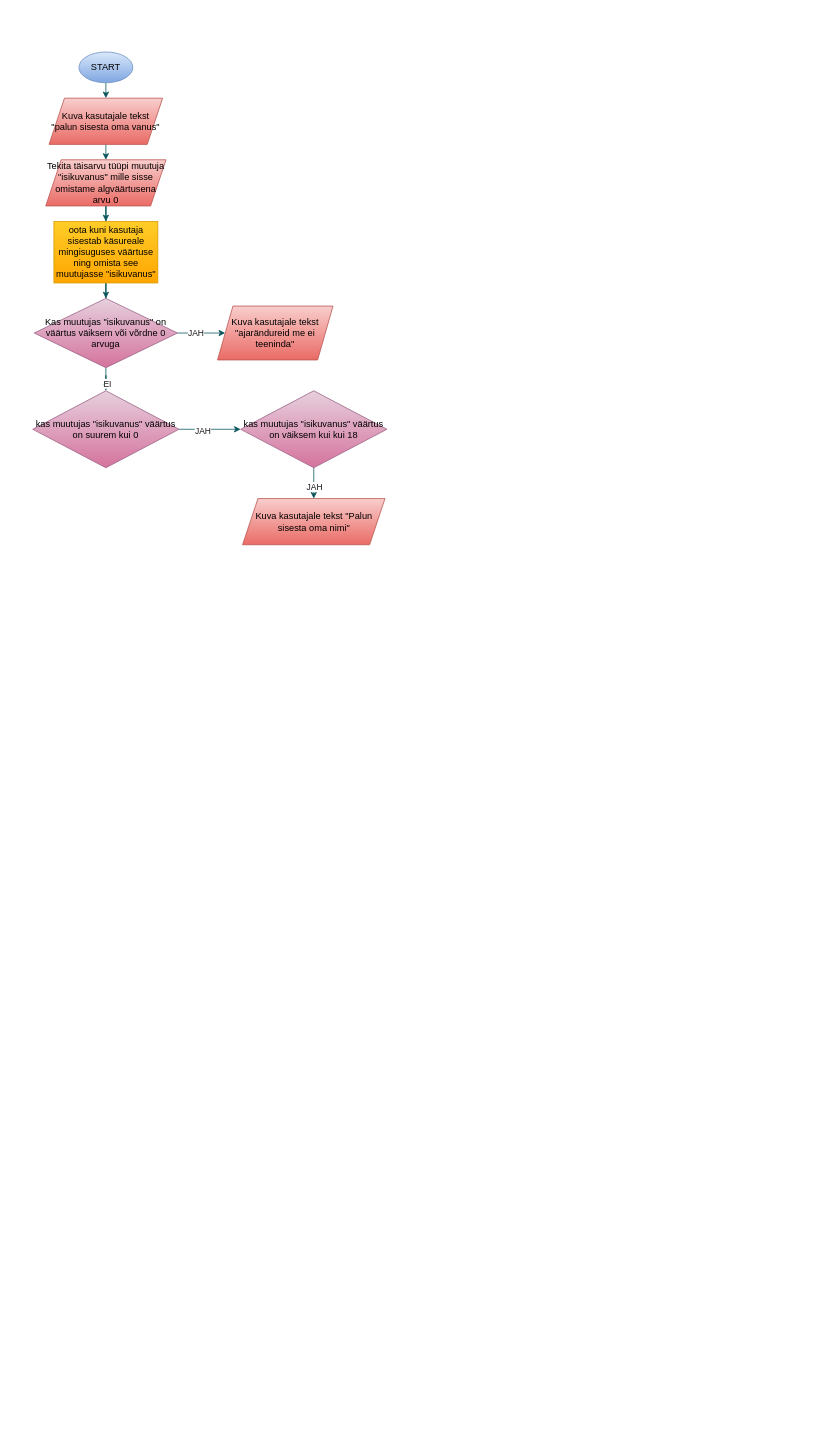
The draw.io diagram esimeneprojekt/poolik voosekeem naidis6.drawio in peskybirb/Konspekt_EP_Kristo_Ruus_LOGITge25, before the edit. Source tidied: cells renumbered, new cells numbered last; positions are measured from the earlier drawing's top-left corner, leaving out a move shared by most shapes. Both pictures are drawn from the tidied source at 77%, with x=0, y=0 at pixel (32, 52).
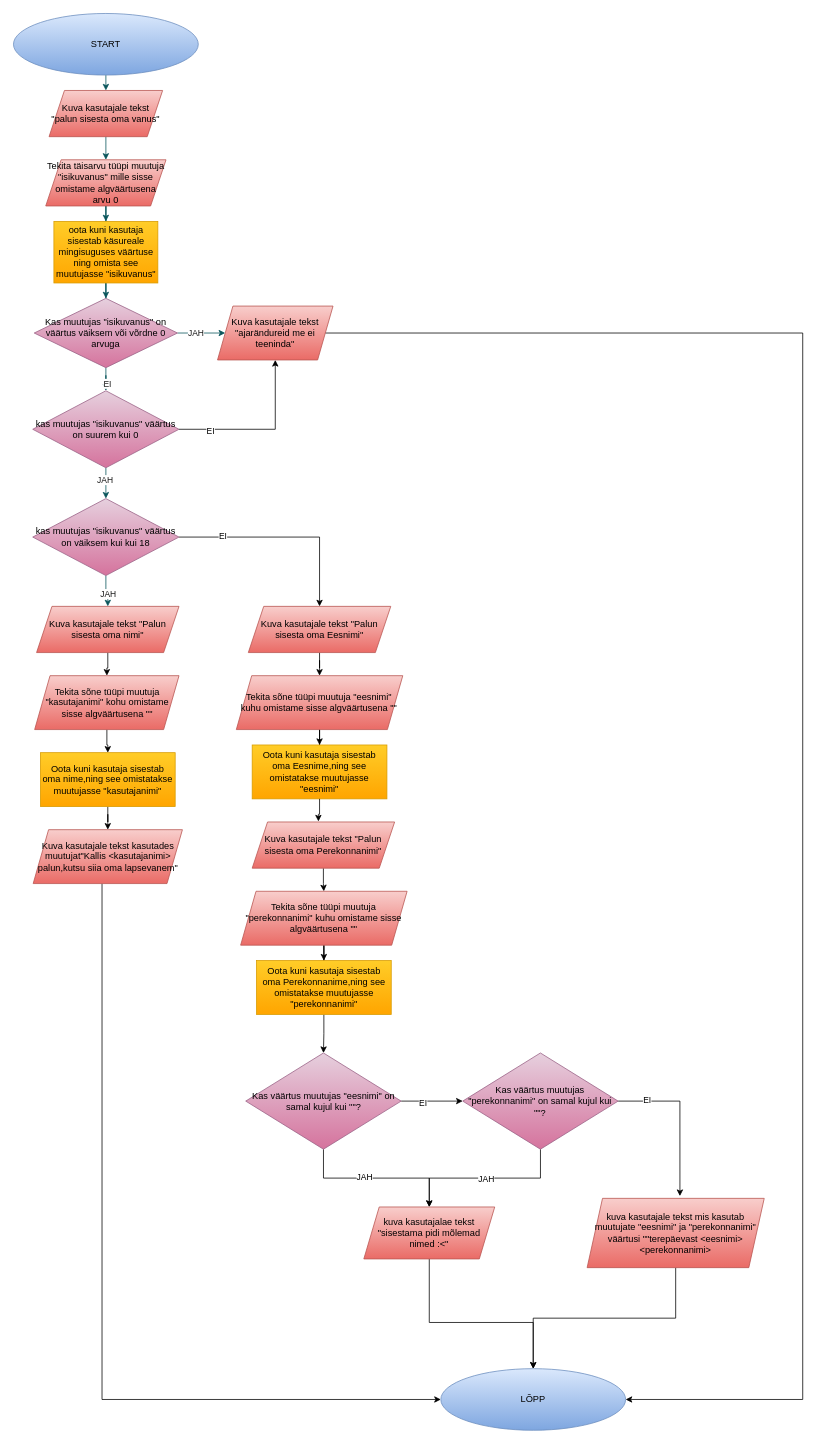
The same page after the edit.

Unchanged cells that the change refers to:
```xml
<mxCell id="15" value="Kuva kasutajale tekst &quot;ajarändureid me ei teeninda&quot;" style="shape=parallelogram;perimeter=parallelogramPerimeter;whiteSpace=wrap;html=1;fixedSize=1;fillColor=#f8cecc;strokeColor=#b85450;labelBackgroundColor=none;gradientColor=#ea6b66;" parent="1" vertex="1">
  <mxGeometry x="240" y="330" width="150" height="70" as="geometry" />
</mxCell>
<mxCell id="18" value="kas muutujas &quot;isikuvanus&quot; väärtus on suurem kui 0" style="rhombus;whiteSpace=wrap;html=1;strokeColor=#996185;fillColor=#e6d0de;gradientColor=#d5739d;" parent="1" vertex="1">
  <mxGeometry y="440" width="190" height="100" as="geometry" />
</mxCell>
```

What changed in the source:
```diff
@@
     <mxCell id="3" value="START" style="ellipse;whiteSpace=wrap;html=1;labelBackgroundColor=none;fillColor=#dae8fc;strokeColor=#6c8ebf;gradientColor=#7ea6e0;" parent="1" vertex="1">
-      <mxGeometry x="60" width="70" height="40" as="geometry" />
+      <mxGeometry x="-25" y="-50" width="240" height="80" as="geometry" />
     </mxCell>
@@
     <mxCell id="5" value="Kuva kasutajale tekst &quot;palun sisesta oma vanus&quot;" style="shape=parallelogram;perimeter=parallelogramPerimeter;whiteSpace=wrap;html=1;fixedSize=1;labelBackgroundColor=none;fillColor=#f8cecc;strokeColor=#b85450;gradientColor=#ea6b66;" parent="1" vertex="1">
-      <mxGeometry x="21.2" y="60" width="147.5" height="60" as="geometry" />
+      <mxGeometry x="21.2" y="50" width="147.5" height="60" as="geometry" />
     </mxCell>
@@
+    <mxCell id="23" style="edgeStyle=orthogonalEdgeStyle;rounded=0;jettySize=auto;html=1;entryX=1;entryY=0.5;entryDx=0;entryDy=0;" parent="1" edge="1" source="15" target="58">
+      <mxGeometry relative="1" as="geometry">
+        <Array as="points">
+          <mxPoint x="1000" y="365" />
+          <mxPoint x="1000" y="1750" />
+        </Array>
+      </mxGeometry>
+    </mxCell>
@@
+    <mxCell id="24" style="edgeStyle=orthogonalEdgeStyle;rounded=0;jettySize=auto;html=1;entryX=0.5;entryY=0;entryDx=0;entryDy=0;" parent="1" edge="1" source="21" target="34">
+      <mxGeometry relative="1" as="geometry" />
+    </mxCell>
+    <mxCell id="25" value="EI" style="edgeLabel;html=1;align=center;verticalAlign=middle;" parent="24" vertex="1">
+      <mxGeometry x="-0.59" y="2" relative="1" as="geometry" />
+    </mxCell>
     <mxCell id="21" value="kas muutujas &quot;isikuvanus&quot; väärtus on väiksem kui kui 18" style="rhombus;whiteSpace=wrap;html=1;strokeColor=#996185;fillColor=#e6d0de;gradientColor=#d5739d;" parent="1" vertex="1">
-      <mxGeometry x="270" y="440" width="190" height="100" as="geometry" />
+      <mxGeometry y="580" width="190" height="100" as="geometry" />
     </mxCell>
+    <mxCell id="26" style="edgeStyle=orthogonalEdgeStyle;rounded=0;jettySize=auto;html=1;" parent="1" edge="1" source="22" target="28">
+      <mxGeometry relative="1" as="geometry" />
+    </mxCell>
     <mxCell id="22" value="Kuva kasutajale tekst &quot;Palun sisesta oma nimi&quot;" style="shape=parallelogram;perimeter=parallelogramPerimeter;whiteSpace=wrap;html=1;fixedSize=1;fillColor=#f8cecc;strokeColor=#b85450;gradientColor=#ea6b66;" parent="1" vertex="1">
-      <mxGeometry x="272.5" y="580" width="185" height="60" as="geometry" />
+      <mxGeometry x="5" y="720" width="185" height="60" as="geometry" />
     </mxCell>
+    <mxCell id="27" style="edgeStyle=orthogonalEdgeStyle;rounded=0;jettySize=auto;html=1;" parent="1" edge="1" source="28" target="30">
+      <mxGeometry relative="1" as="geometry" />
+    </mxCell>
+    <mxCell id="28" value="Tekita sõne tüüpi muutuja &quot;kasutajanimi&quot; kohu omistame sisse algväärtusena &quot;&quot;" style="shape=parallelogram;perimeter=parallelogramPerimeter;whiteSpace=wrap;html=1;fixedSize=1;fillColor=#f8cecc;strokeColor=#b85450;gradientColor=#ea6b66;" parent="1" vertex="1">
+      <mxGeometry x="2.5" y="810" width="187.5" height="70" as="geometry" />
+    </mxCell>
+    <mxCell id="29" style="edgeStyle=orthogonalEdgeStyle;rounded=0;jettySize=auto;html=1;" parent="1" edge="1" source="30" target="32">
+      <mxGeometry relative="1" as="geometry" />
+    </mxCell>
+    <mxCell id="30" value="Oota kuni kasutaja sisestab oma nime,ning see omistatakse muutujasse &quot;kasutajanimi&quot;" style="whiteSpace=wrap;html=1;fillColor=#ffcd28;strokeColor=#d79b00;gradientColor=#ffa500;" parent="1" vertex="1">
+      <mxGeometry x="10" y="910" width="175" height="70" as="geometry" />
+    </mxCell>
+    <mxCell id="31" style="edgeStyle=orthogonalEdgeStyle;rounded=0;jettySize=auto;html=1;entryX=0;entryY=0.5;entryDx=0;entryDy=0;" parent="1" edge="1" source="32" target="58">
+      <mxGeometry relative="1" as="geometry">
+        <Array as="points">
+          <mxPoint x="90" y="1750" />
+        </Array>
+      </mxGeometry>
+    </mxCell>
+    <mxCell id="32" value="Kuva kasutajale tekst kasutades muutujat&quot;Kallis &amp;lt;kasutajanimi&amp;gt; palun,kutsu siia oma lapsevanem&quot;" style="shape=parallelogram;perimeter=parallelogramPerimeter;whiteSpace=wrap;html=1;fixedSize=1;fillColor=#f8cecc;strokeColor=#b85450;gradientColor=#ea6b66;" parent="1" vertex="1">
+      <mxGeometry x="0.6" y="1010" width="193.8" height="70" as="geometry" />
+    </mxCell>
+    <mxCell id="33" style="edgeStyle=orthogonalEdgeStyle;rounded=0;jettySize=auto;html=1;" parent="1" edge="1" source="34" target="36">
+      <mxGeometry relative="1" as="geometry" />
+    </mxCell>
+    <mxCell id="34" value="Kuva kasutajale tekst &quot;Palun sisesta oma Eesnimi&quot;" style="shape=parallelogram;perimeter=parallelogramPerimeter;whiteSpace=wrap;html=1;fixedSize=1;fillColor=#f8cecc;strokeColor=#b85450;gradientColor=#ea6b66;" parent="1" vertex="1">
+      <mxGeometry x="280" y="720" width="185" height="60" as="geometry" />
+    </mxCell>
+    <mxCell id="35" style="edgeStyle=orthogonalEdgeStyle;rounded=0;jettySize=auto;html=1;entryX=0.5;entryY=0;entryDx=0;entryDy=0;" parent="1" edge="1" source="36" target="37">
+      <mxGeometry relative="1" as="geometry" />
+    </mxCell>
+    <mxCell id="36" value="Tekita sõne tüüpi muutuja &quot;eesnimi&quot; kuhu omistame sisse algväärtusena &quot;&quot;" style="shape=parallelogram;perimeter=parallelogramPerimeter;whiteSpace=wrap;html=1;fixedSize=1;fillColor=#f8cecc;strokeColor=#b85450;gradientColor=#ea6b66;" parent="1" vertex="1">
+      <mxGeometry x="264.4" y="810" width="216.2" height="70" as="geometry" />
+    </mxCell>
+    <mxCell id="37" value="Oota kuni kasutaja sisestab oma Eesnime,ning see omistatakse muutujasse &quot;eesnimi&quot;" style="whiteSpace=wrap;html=1;fillColor=#ffcd28;strokeColor=#d79b00;gradientColor=#ffa500;" parent="1" vertex="1">
+      <mxGeometry x="285" y="900" width="175" height="70" as="geometry" />
+    </mxCell>
+    <mxCell id="38" style="edgeStyle=orthogonalEdgeStyle;rounded=0;jettySize=auto;html=1;" parent="1" edge="1" source="59" target="40">
+      <mxGeometry relative="1" as="geometry" />
+    </mxCell>
+    <mxCell id="39" style="edgeStyle=orthogonalEdgeStyle;rounded=0;jettySize=auto;html=1;entryX=0.5;entryY=0;entryDx=0;entryDy=0;" parent="1" edge="1" source="40" target="42">
+      <mxGeometry relative="1" as="geometry" />
+    </mxCell>
+    <mxCell id="40" value="Tekita sõne tüüpi muutuja &quot;perekonnanimi&quot; kuhu omistame sisse algväärtusena &quot;&quot;" style="shape=parallelogram;perimeter=parallelogramPerimeter;whiteSpace=wrap;html=1;fixedSize=1;fillColor=#f8cecc;strokeColor=#b85450;gradientColor=#ea6b66;" parent="1" vertex="1">
+      <mxGeometry x="270" y="1090" width="216.2" height="70" as="geometry" />
+    </mxCell>
+    <mxCell id="41" style="edgeStyle=orthogonalEdgeStyle;rounded=0;jettySize=auto;html=1;" parent="1" edge="1" source="42" target="48">
+      <mxGeometry relative="1" as="geometry" />
+    </mxCell>
+    <mxCell id="42" value="Oota kuni kasutaja sisestab oma Perekonnanime,ning see omistatakse muutujasse &quot;perekonnanimi&quot;" style="whiteSpace=wrap;html=1;fillColor=#ffcd28;strokeColor=#d79b00;gradientColor=#ffa500;" parent="1" vertex="1">
+      <mxGeometry x="290.6" y="1180" width="175" height="70" as="geometry" />
+    </mxCell>
+    <mxCell id="43" style="edgeStyle=orthogonalEdgeStyle;rounded=0;jettySize=auto;html=1;entryX=0.465;entryY=-0.011;entryDx=0;entryDy=0;entryPerimeter=0;" parent="1" edge="1" source="37" target="59">
+      <mxGeometry relative="1" as="geometry" />
+    </mxCell>
+    <mxCell id="44" style="edgeStyle=orthogonalEdgeStyle;rounded=0;jettySize=auto;html=1;" parent="1" edge="1" source="48" target="50">
+      <mxGeometry relative="1" as="geometry" />
+    </mxCell>
+    <mxCell id="45" value="JAH" style="edgeLabel;html=1;align=center;verticalAlign=middle;" parent="44" vertex="1">
+      <mxGeometry x="-0.12" y="1" relative="1" as="geometry">
+        <mxPoint x="-3" as="offset" />
+      </mxGeometry>
+    </mxCell>
+    <mxCell id="46" style="edgeStyle=orthogonalEdgeStyle;rounded=0;jettySize=auto;html=1;" parent="1" edge="1" source="48" target="55">
+      <mxGeometry relative="1" as="geometry" />
+    </mxCell>
+    <mxCell id="47" value="EI" style="edgeLabel;html=1;align=center;verticalAlign=middle;" parent="46" vertex="1">
+      <mxGeometry x="-0.3" y="-2" relative="1" as="geometry" />
+    </mxCell>
+    <mxCell id="48" value="Kas väärtus muutujas &quot;eesnimi&quot; on samal kujul kui &quot;&quot;?" style="rhombus;whiteSpace=wrap;html=1;fillColor=#e6d0de;strokeColor=#996185;gradientColor=#d5739d;" parent="1" vertex="1">
+      <mxGeometry x="276.6" y="1300" width="201.9" height="125" as="geometry" />
+    </mxCell>
+    <mxCell id="49" style="edgeStyle=orthogonalEdgeStyle;rounded=0;jettySize=auto;html=1;" parent="1" edge="1" source="50" target="58">
+      <mxGeometry relative="1" as="geometry">
+        <Array as="points">
+          <mxPoint x="515" y="1650" />
+          <mxPoint x="650" y="1650" />
+        </Array>
+      </mxGeometry>
+    </mxCell>
+    <mxCell id="50" value="kuva kasutajalae tekst &quot;sisestama pidi mõlemad nimed :&amp;lt;&quot;" style="shape=parallelogram;perimeter=parallelogramPerimeter;whiteSpace=wrap;html=1;fixedSize=1;fillColor=#f8cecc;strokeColor=#b85450;gradientColor=#ea6b66;" parent="1" vertex="1">
+      <mxGeometry x="430" y="1500" width="170" height="67.5" as="geometry" />
+    </mxCell>
+    <mxCell id="51" style="edgeStyle=orthogonalEdgeStyle;rounded=0;jettySize=auto;html=1;entryX=0.5;entryY=0;entryDx=0;entryDy=0;" parent="1" edge="1" source="55" target="50">
+      <mxGeometry relative="1" as="geometry" />
+    </mxCell>
+    <mxCell id="52" value="JAH" style="edgeLabel;html=1;align=center;verticalAlign=middle;" parent="51" vertex="1">
+      <mxGeometry x="-0.02" y="1" relative="1" as="geometry" />
+    </mxCell>
+    <mxCell id="53" style="edgeStyle=orthogonalEdgeStyle;rounded=0;jettySize=auto;html=1;entryX=0.524;entryY=-0.033;entryDx=0;entryDy=0;entryPerimeter=0;exitX=1;exitY=0.5;exitDx=0;exitDy=0;" parent="1" edge="1" source="55" target="57">
+      <mxGeometry relative="1" as="geometry" />
+    </mxCell>
+    <mxCell id="54" value="EI" style="edgeLabel;html=1;align=center;verticalAlign=middle;" parent="53" vertex="1">
+      <mxGeometry x="-0.64" y="1" relative="1" as="geometry" />
+    </mxCell>
+    <mxCell id="55" value="Kas väärtus muutujas &quot;perekonnanimi&quot; on samal kujul kui &quot;&quot;?" style="rhombus;whiteSpace=wrap;html=1;fillColor=#e6d0de;strokeColor=#996185;gradientColor=#d5739d;" parent="1" vertex="1">
+      <mxGeometry x="558.4" y="1300" width="201.9" height="125" as="geometry" />
+    </mxCell>
+    <mxCell id="56" style="edgeStyle=orthogonalEdgeStyle;rounded=0;jettySize=auto;html=1;" parent="1" edge="1" source="57" target="58">
+      <mxGeometry relative="1" as="geometry" />
+    </mxCell>
+    <mxCell id="57" value="kuva kasutajale tekst mis kasutab muutujate &quot;eesnimi&quot; ja &quot;perekonnanimi&quot; väärtusi &quot;&quot;terepäevast &amp;lt;eesnimi&amp;gt; &amp;lt;perekonnanimi&amp;gt;" style="shape=parallelogram;perimeter=parallelogramPerimeter;whiteSpace=wrap;html=1;fixedSize=1;fillColor=#f8cecc;strokeColor=#b85450;gradientColor=#ea6b66;" parent="1" vertex="1">
+      <mxGeometry x="720" y="1488.8" width="230" height="90" as="geometry" />
+    </mxCell>
+    <mxCell id="58" value="LÕPP" style="ellipse;whiteSpace=wrap;html=1;fillColor=#dae8fc;gradientColor=#7ea6e0;strokeColor=#6c8ebf;" parent="1" vertex="1">
+      <mxGeometry x="530" y="1710" width="240" height="80" as="geometry" />
+    </mxCell>
+    <mxCell id="59" value="Kuva kasutajale tekst &quot;Palun sisesta oma Perekonnanimi&quot;" style="shape=parallelogram;perimeter=parallelogramPerimeter;whiteSpace=wrap;html=1;fixedSize=1;fillColor=#f8cecc;strokeColor=#b85450;gradientColor=#ea6b66;" parent="1" vertex="1">
+      <mxGeometry x="285" y="1000" width="185" height="60" as="geometry" />
+    </mxCell>
+    <mxCell id="60" style="edgeStyle=orthogonalEdgeStyle;rounded=0;jettySize=auto;html=1;entryX=0.5;entryY=1;entryDx=0;entryDy=0;" parent="1" edge="1" source="18" target="15">
+      <mxGeometry relative="1" as="geometry" />
+    </mxCell>
+    <mxCell id="61" value="EI" style="edgeLabel;html=1;align=center;verticalAlign=middle;" parent="60" vertex="1">
+      <mxGeometry x="-0.63" y="-2" relative="1" as="geometry" />
+    </mxCell>
```
